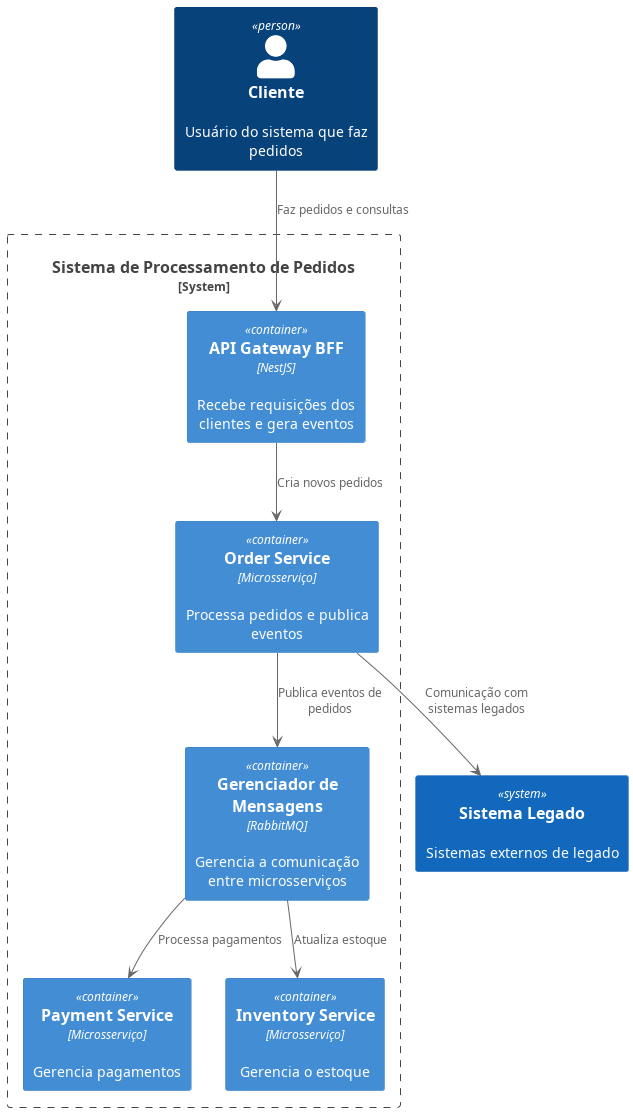
This is assets/diagrams/out/n1-context/Context.png from jnerydesigner/Bemol, a PlantUML export, as it was before one commit.
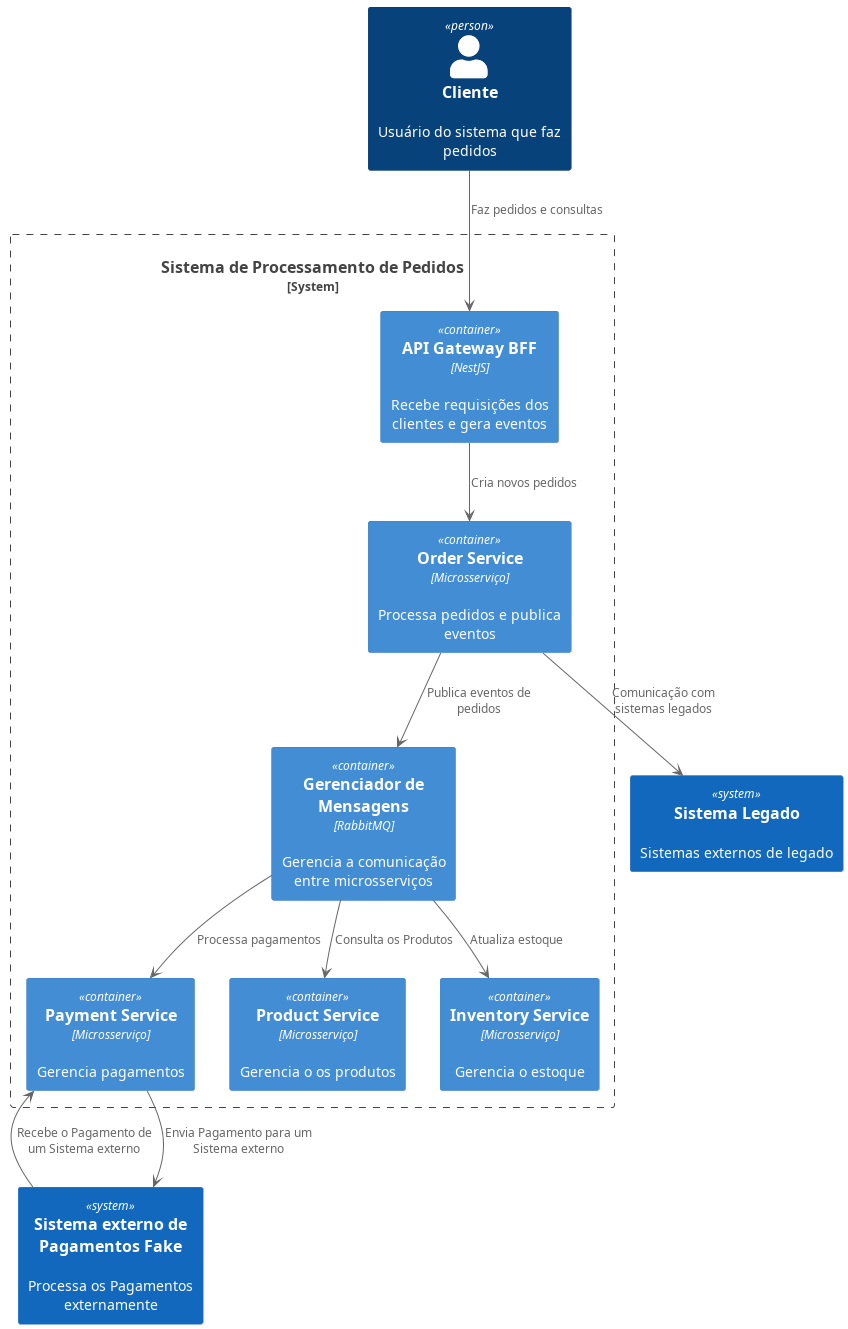
Above is the later version.

Diff of the diagram source:
```diff
@@ -4,12 +4,14 @@
 Person(cliente, "Cliente", "Usuário do sistema que faz pedidos")
 
 System(legacySystem, "Sistema Legado", "Sistemas externos de legado")
+System(paymentGateway, "Sistema externo de Pagamentos Fake", "Processa os Pagamentos externamente")
 
 System_Boundary(spp_boundary, "Sistema de Processamento de Pedidos") {
   Container(apiGateway, "API Gateway BFF", "NestJS", "Recebe requisições dos clientes e gera eventos")
   Container(orderService, "Order Service", "Microsserviço", "Processa pedidos e publica eventos")
   Container(messageBroker, "Gerenciador de Mensagens", "RabbitMQ", "Gerencia a comunicação entre microsserviços")
   Container(paymentService, "Payment Service", "Microsserviço", "Gerencia pagamentos")
+  Container(productService, "Product Service", "Microsserviço", "Gerencia o os produtos")
   Container(inventoryService, "Inventory Service", "Microsserviço", "Gerencia o estoque")
 }
 
@@ -19,6 +21,9 @@
 messageBroker --> paymentService : "Processa pagamentos"
 messageBroker --> inventoryService : "Atualiza estoque"
 orderService --> legacySystem : "Comunicação com sistemas legados"
+messageBroker --> productService: "Consulta os Produtos"
+paymentService --> paymentGateway: "Envia Pagamento para um Sistema externo"
+paymentGateway --> paymentService: "Recebe o Pagamento de um Sistema externo"
 
 
 @enduml
```
